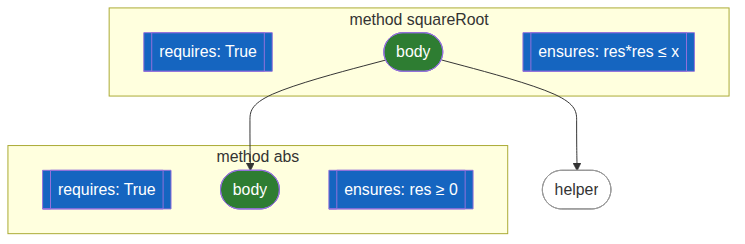
This is docs/img/loom.png from Beneficial-AI-Foundation/probe, a Mermaid export, as it was before one commit. Its source is kept beside it as docs/img/loom.mmd.
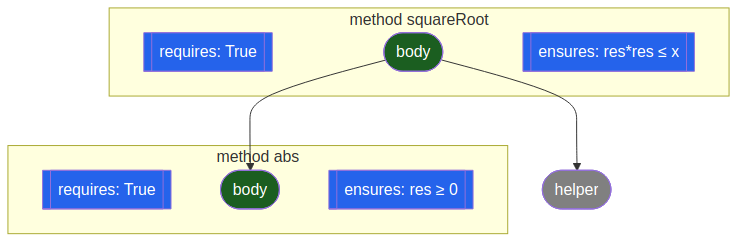
Later version of the same file.

The edit, as a diff of the source:
```diff
@@ -1,17 +1,17 @@
 flowchart TD
     subgraph m1 ["method squareRoot"]
-        m1_pre[["requires: True"]]:::darkBlue
+        m1_pre[["requires: True"]]:::blue
         m1_body(["body"]):::darkGreen
-        m1_post[["ensures: res*res ≤ x"]]:::darkBlue
+        m1_post[["ensures: res*res ≤ x"]]:::blue
     end
     subgraph m2 ["method abs"]
-        m2_pre[["requires: True"]]:::darkBlue
+        m2_pre[["requires: True"]]:::blue
         m2_body(["body"]):::darkGreen
-        m2_post[["ensures: res ≥ 0"]]:::darkBlue
+        m2_post[["ensures: res ≥ 0"]]:::blue
     end
-    m3(["helper"]):::white
+    m3(["helper"]):::grey
     m1_body --> m2_body
     m1_body --> m3
-    classDef white fill:#fff,color:#333,stroke:#999
-    classDef darkBlue fill:#1565c0,color:#fff
-    classDef darkGreen fill:#2e7d32,color:#fff
+    classDef grey fill:#808080,color:#fff
+    classDef blue fill:#2563EB,color:#fff
+    classDef darkGreen fill:#1B5E20,color:#fff
```
